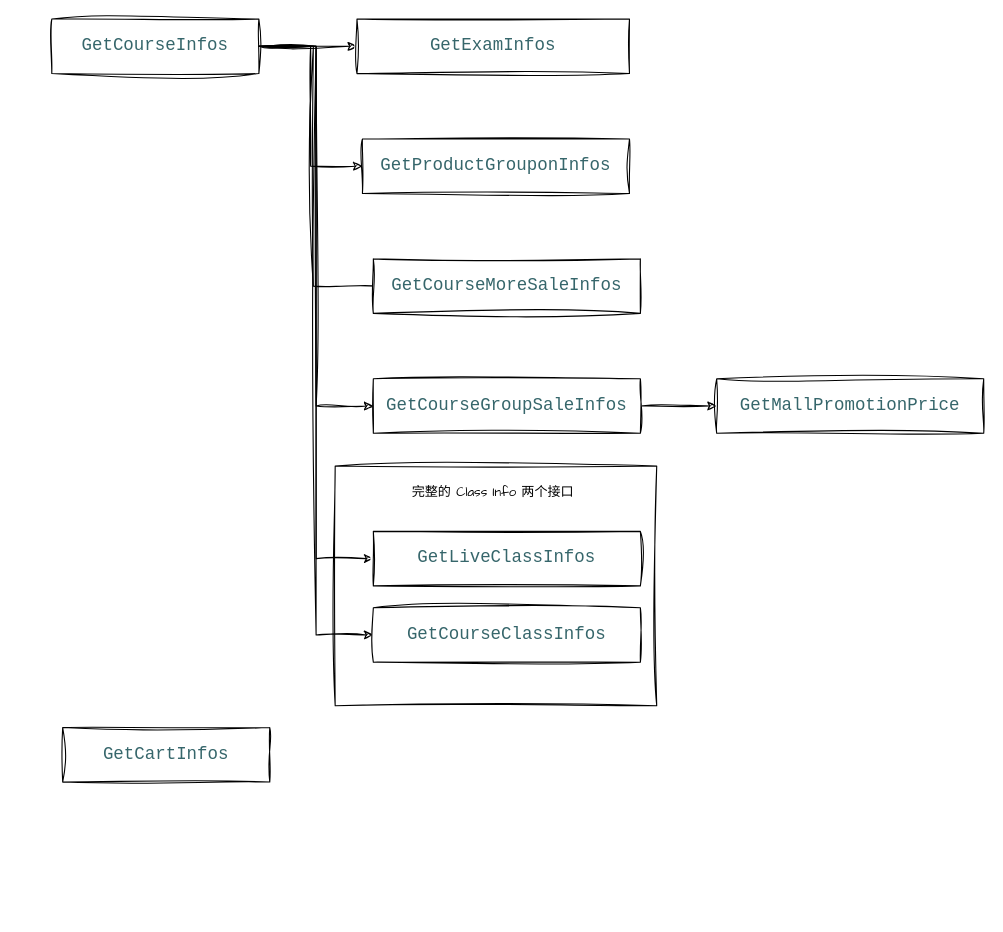
Earlier version of the draw.io diagram xiwang/card 接口依赖关系.drawio (LanSeTianYe/draw). Source tidied: cells renumbered, new cells numbered last; positions are measured from the earlier drawing's top-left corner, leaving out a move shared by most shapes. Both pictures are drawn from the tidied source at 109%, with x=0, y=0 at pixel (51, 19).
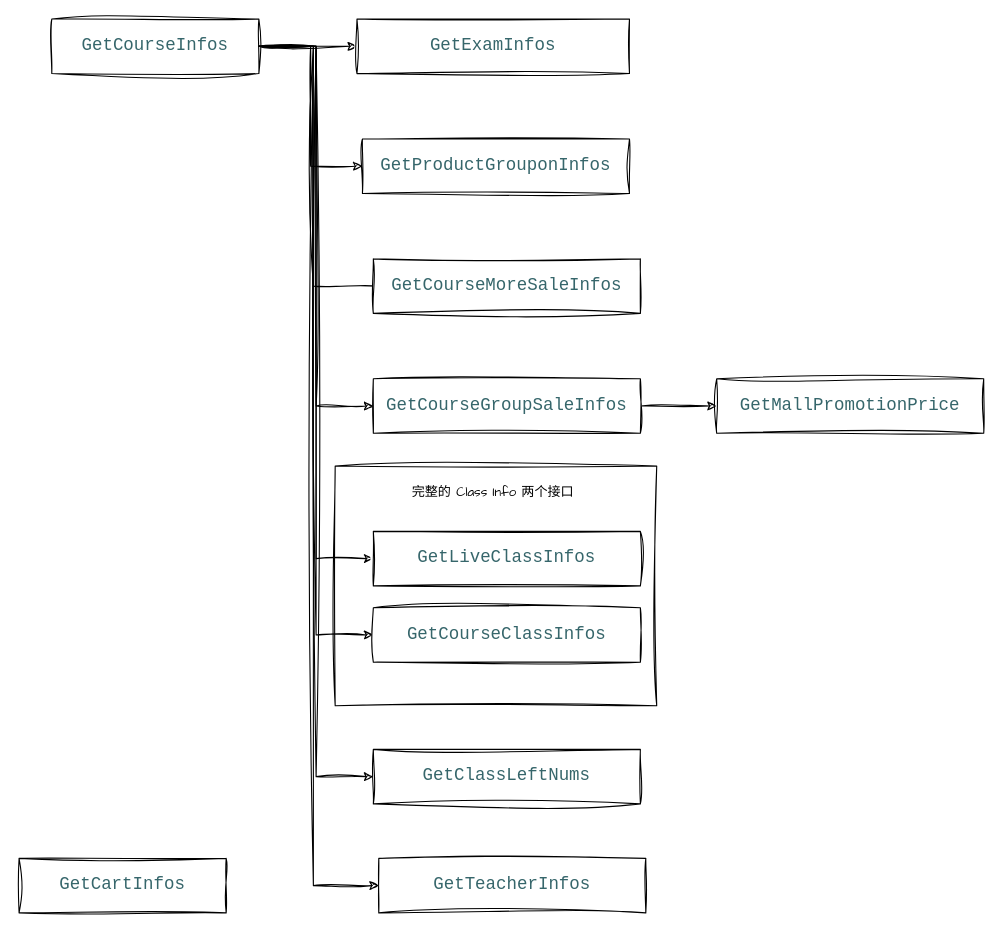
After the change.

Commit message (it also covers changes not shown here):
更新card 接口依赖关系.drawio

The change refers to these unchanged cells:
```xml
<mxCell id="9" value="&lt;div style=&quot;background-color:#ffffff;color:#080808&quot;&gt;&lt;pre style=&quot;font-family:'JetBrains Mono',monospace;font-size:12.0pt;&quot;&gt;&lt;span style=&quot;color:#36666b;&quot;&gt;GetCourseInfos&lt;/span&gt;&lt;/pre&gt;&lt;/div&gt;" style="rounded=0;whiteSpace=wrap;html=1;sketch=1;hachureGap=4;jiggle=2;curveFitting=1;fontFamily=Architects Daughter;" parent="1" vertex="1">
  <mxGeometry width="190" height="50" as="geometry" />
</mxCell>
```

The edit, as a diff of the source:
```diff
@@
+    <mxCell id="20" style="edgeStyle=orthogonalEdgeStyle;rounded=0;sketch=1;hachureGap=4;jiggle=2;curveFitting=1;jettySize=auto;html=1;exitX=1;exitY=0.5;exitDx=0;exitDy=0;entryX=0;entryY=0.5;entryDx=0;entryDy=0;fontFamily=Architects Daughter;" parent="1" edge="1" source="9" target="22">
+      <mxGeometry relative="1" as="geometry" />
+    </mxCell>
+    <mxCell id="21" style="edgeStyle=orthogonalEdgeStyle;rounded=0;sketch=1;hachureGap=4;jiggle=2;curveFitting=1;jettySize=auto;html=1;exitX=1;exitY=0.5;exitDx=0;exitDy=0;entryX=0;entryY=0.5;entryDx=0;entryDy=0;fontFamily=Architects Daughter;" parent="1" edge="1" source="9" target="23">
+      <mxGeometry relative="1" as="geometry">
+        <Array as="points">
+          <mxPoint x="240" y="25" />
+          <mxPoint x="240" y="795" />
+        </Array>
+      </mxGeometry>
+    </mxCell>
@@
     <mxCell id="16" value="&lt;div style=&quot;background-color:#ffffff;color:#080808&quot;&gt;&lt;pre style=&quot;font-family:'JetBrains Mono',monospace;font-size:12.0pt;&quot;&gt;&lt;div&gt;&lt;pre style=&quot;font-family:'JetBrains Mono',monospace;font-size:12.0pt;&quot;&gt;&lt;span style=&quot;color:#36666b;&quot;&gt;GetCartInfos&lt;/span&gt;&lt;/pre&gt;&lt;/div&gt;&lt;/pre&gt;&lt;/div&gt;" style="rounded=0;whiteSpace=wrap;html=1;sketch=1;hachureGap=4;jiggle=2;curveFitting=1;fontFamily=Architects Daughter;" parent="1" vertex="1">
-      <mxGeometry x="10" y="650" width="190" height="50" as="geometry" />
+      <mxGeometry x="-30" y="770" width="190" height="50" as="geometry" />
     </mxCell>
@@
+    <mxCell id="22" value="&lt;div style=&quot;background-color:#ffffff;color:#080808&quot;&gt;&lt;pre style=&quot;font-family:'JetBrains Mono',monospace;font-size:12.0pt;&quot;&gt;&lt;pre style=&quot;font-family:'JetBrains Mono',monospace;font-size:12.0pt;&quot;&gt;&lt;pre style=&quot;font-family:'JetBrains Mono',monospace;font-size:12.0pt;&quot;&gt;&lt;pre style=&quot;font-family:'JetBrains Mono',monospace;font-size:12.0pt;&quot;&gt;&lt;pre style=&quot;font-family:'JetBrains Mono',monospace;font-size:12.0pt;&quot;&gt;&lt;pre style=&quot;font-family:'JetBrains Mono',monospace;font-size:12.0pt;&quot;&gt;&lt;pre style=&quot;font-family:'JetBrains Mono',monospace;font-size:12.0pt;&quot;&gt;&lt;div&gt;&lt;pre style=&quot;font-family:'JetBrains Mono',monospace;font-size:12.0pt;&quot;&gt;&lt;span style=&quot;color:#36666b;&quot;&gt;GetClassLeftNums&lt;/span&gt;&lt;/pre&gt;&lt;/div&gt;&lt;/pre&gt;&lt;/pre&gt;&lt;/pre&gt;&lt;/pre&gt;&lt;/pre&gt;&lt;/pre&gt;&lt;/pre&gt;&lt;/div&gt;" style="rounded=0;whiteSpace=wrap;html=1;sketch=1;hachureGap=4;jiggle=2;curveFitting=1;fontFamily=Architects Daughter;" parent="1" vertex="1">
+      <mxGeometry x="295" y="670" width="245" height="50" as="geometry" />
+    </mxCell>
+    <mxCell id="23" value="&lt;div style=&quot;background-color:#ffffff;color:#080808&quot;&gt;&lt;pre style=&quot;font-family:'JetBrains Mono',monospace;font-size:12.0pt;&quot;&gt;&lt;pre style=&quot;font-family:'JetBrains Mono',monospace;font-size:12.0pt;&quot;&gt;&lt;pre style=&quot;font-family:'JetBrains Mono',monospace;font-size:12.0pt;&quot;&gt;&lt;pre style=&quot;font-family:'JetBrains Mono',monospace;font-size:12.0pt;&quot;&gt;&lt;pre style=&quot;font-family:'JetBrains Mono',monospace;font-size:12.0pt;&quot;&gt;&lt;pre style=&quot;font-family:'JetBrains Mono',monospace;font-size:12.0pt;&quot;&gt;&lt;pre style=&quot;font-family:'JetBrains Mono',monospace;font-size:12.0pt;&quot;&gt;&lt;pre style=&quot;font-family:'JetBrains Mono',monospace;font-size:12.0pt;&quot;&gt;&lt;div&gt;&lt;pre style=&quot;font-family:'JetBrains Mono',monospace;font-size:12.0pt;&quot;&gt;&lt;span style=&quot;color:#36666b;&quot;&gt;GetTeacherInfos&lt;/span&gt;&lt;/pre&gt;&lt;/div&gt;&lt;/pre&gt;&lt;/pre&gt;&lt;/pre&gt;&lt;/pre&gt;&lt;/pre&gt;&lt;/pre&gt;&lt;/pre&gt;&lt;/pre&gt;&lt;/div&gt;" style="rounded=0;whiteSpace=wrap;html=1;sketch=1;hachureGap=4;jiggle=2;curveFitting=1;fontFamily=Architects Daughter;" parent="1" vertex="1">
+      <mxGeometry x="300" y="770" width="245" height="50" as="geometry" />
+    </mxCell>
```
